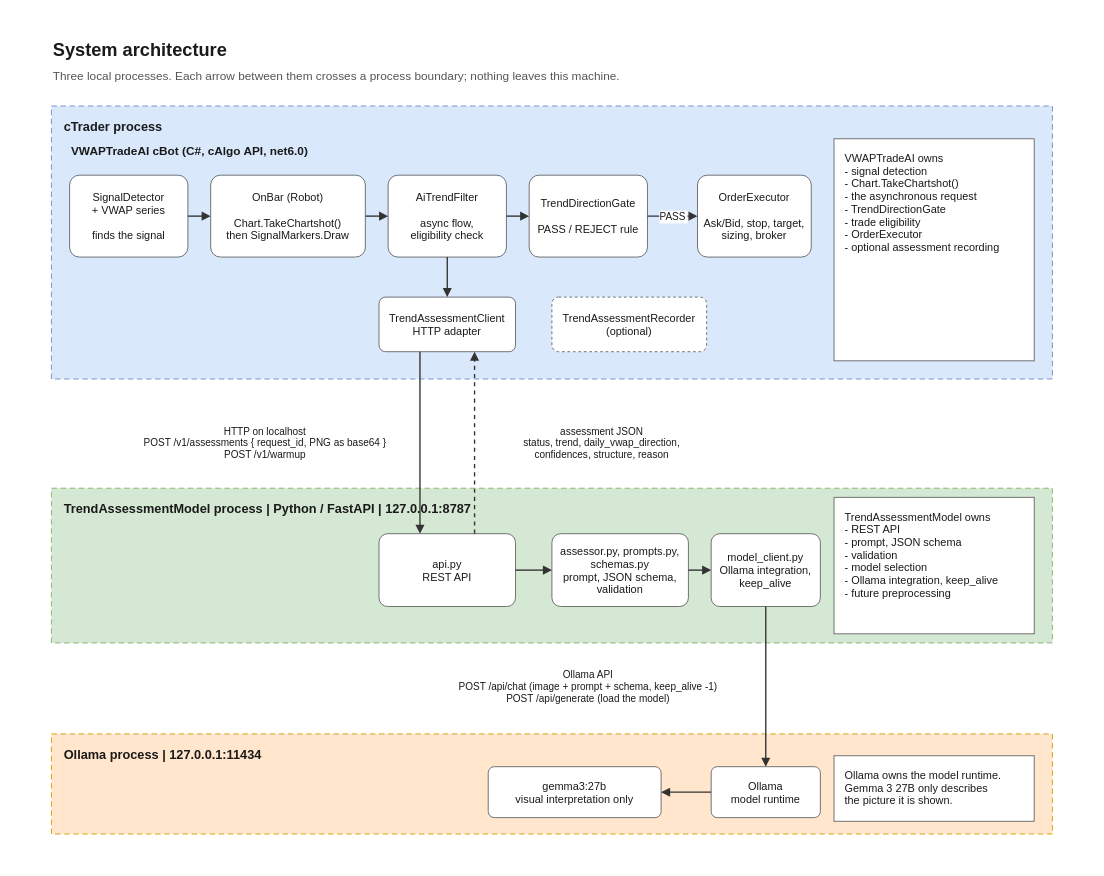
The draw.io diagram page "1. System architecture" (1 of 6) of docs/architecture.drawio in richardgong1987/VWAPTradeAI, before the edit. Source tidied: cells renumbered, new cells numbered last; positions are measured from the earlier drawing's top-left corner, leaving out a move shared by most shapes. Both pictures are drawn from the tidied source at 91%, with x=0, y=0 at pixel (15, 15).
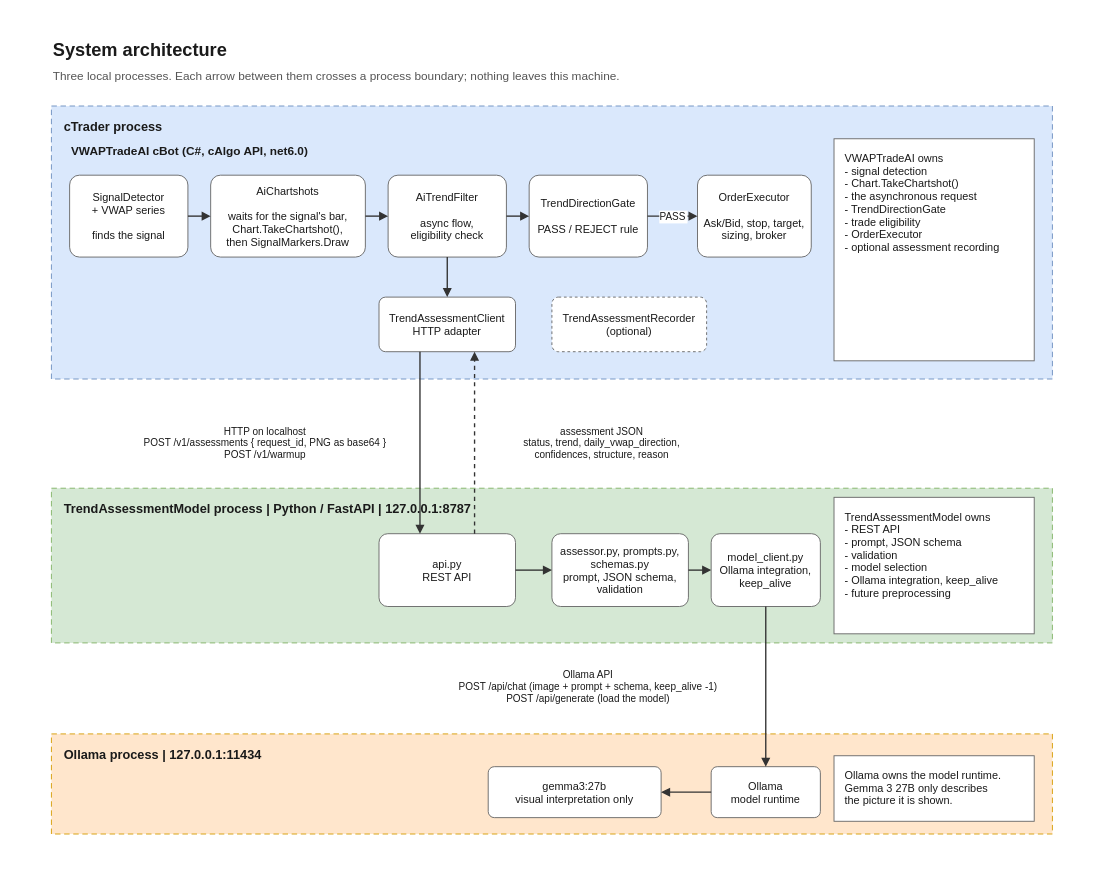
The same diagram, later.

Diff of the diagram source:
```diff
@@
-    <mxCell id="8" value="OnBar (Robot)&#10;&#10;Chart.TakeChartshot()&#10;then SignalMarkers.Draw" style="html=0;fontFamily=Helvetica;fontColor=#1a1a1a;rounded=1;arcSize=12;fontSize=12;fillColor=#ffffff;strokeColor=#666666;" parent="1" vertex="1">
+    <mxCell id="8" value="AiChartshots&#10;&#10;waits for the signal's bar,&#10;Chart.TakeChartshot(),&#10;then SignalMarkers.Draw" style="html=0;fontFamily=Helvetica;fontColor=#1a1a1a;rounded=1;arcSize=12;fontSize=12;fillColor=#ffffff;strokeColor=#666666;" parent="1" vertex="1">
       <mxGeometry x="215" y="176" width="170" height="90" as="geometry" />
     </mxCell>
```
